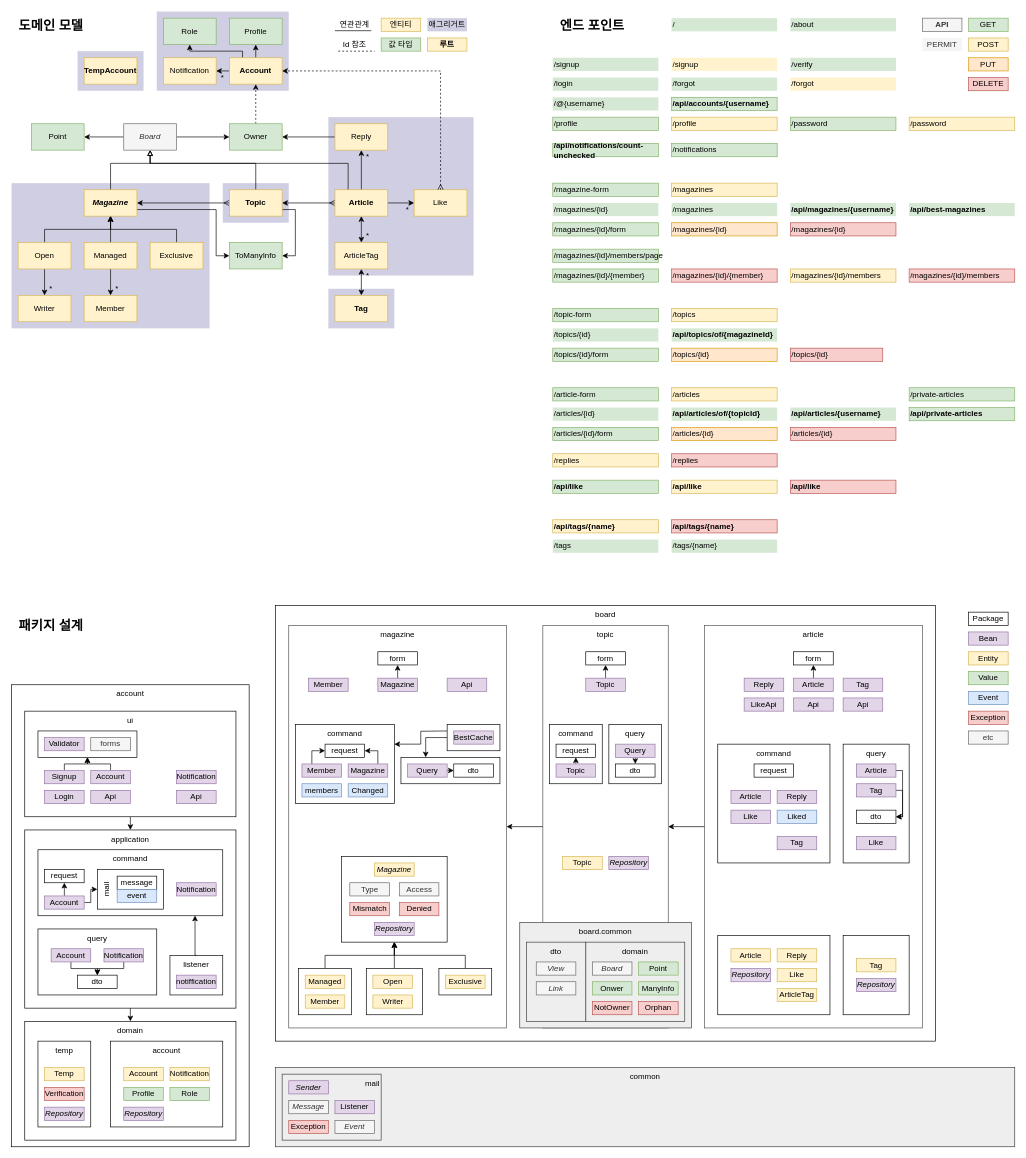
This is diagram.drawio from suloginscene/dinner, a draw.io file, before an edit. Source tidied: cells renumbered, new cells numbered last; positions are measured from the earlier drawing's top-left corner, leaving out a move shared by most shapes. Both pictures are drawn from the tidied source at 66%, with x=0, y=0 at pixel (11, 11).
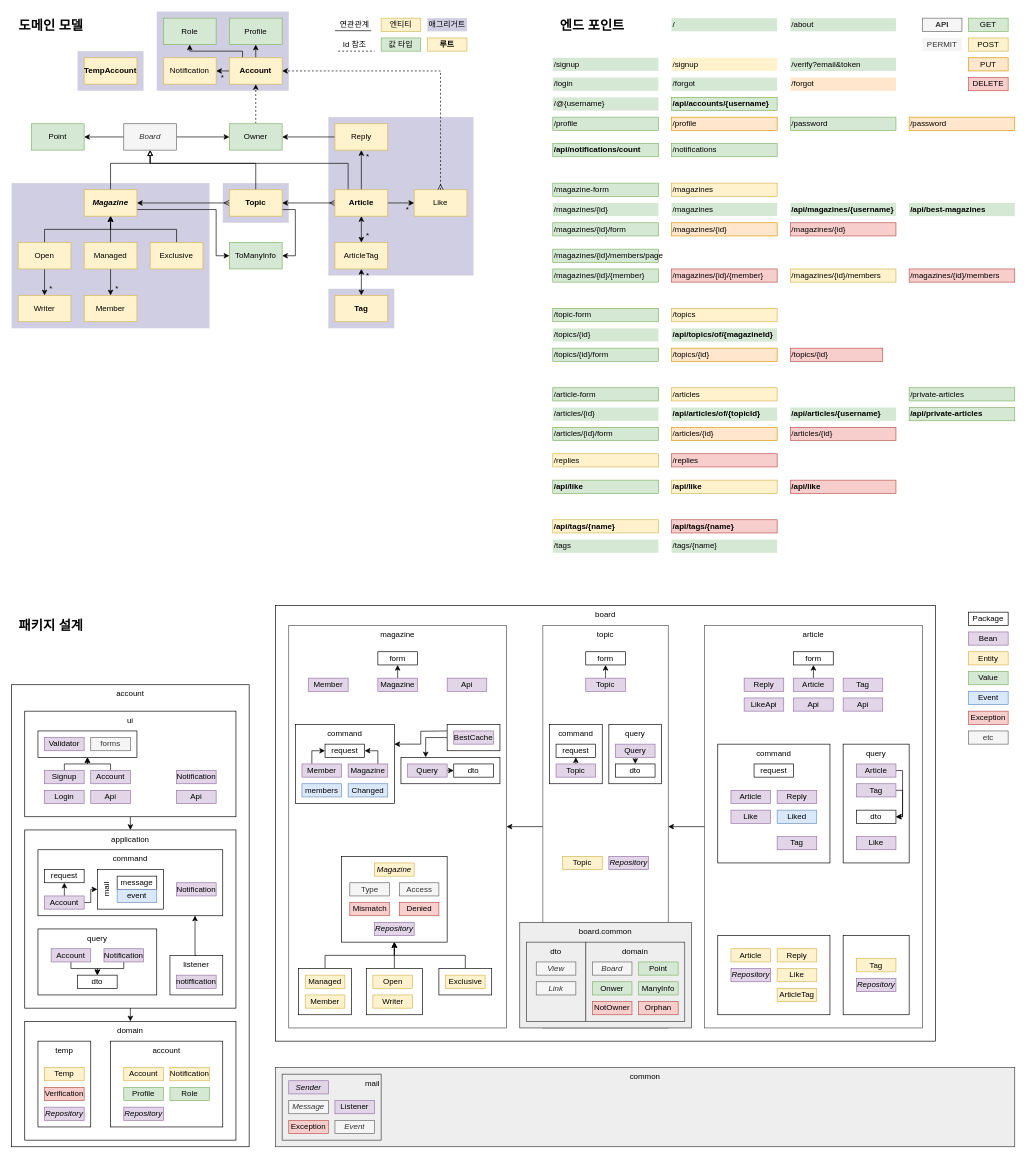
The same page after the edit.

The edit, as a diff of the source:
```diff
@@
-    <mxCell id="258" value="/forgot" style="rounded=0;whiteSpace=wrap;html=1;fillColor=#fff2cc;align=left;spacingLeft=0;strokeColor=none;" parent="1" vertex="1">
+    <mxCell id="258" value="/forgot" style="rounded=0;whiteSpace=wrap;html=1;fillColor=#ffe6cc;align=left;spacingLeft=0;strokeColor=none;" parent="1" vertex="1">
       <mxGeometry x="1180" y="100" width="160" height="20" as="geometry" />
     </mxCell>
@@
-    <mxCell id="274" value="/password" style="rounded=0;whiteSpace=wrap;html=1;fillColor=#fff2cc;strokeColor=#d6b656;align=left;spacingLeft=0;" parent="1" vertex="1">
+    <mxCell id="274" value="/password" style="rounded=0;whiteSpace=wrap;html=1;fillColor=#ffe6cc;strokeColor=#d79b00;align=left;spacingLeft=0;" parent="1" vertex="1">
       <mxGeometry x="1360" y="160" width="160" height="20" as="geometry" />
     </mxCell>
@@
-    <mxCell id="276" value="/profile" style="rounded=0;whiteSpace=wrap;html=1;fillColor=#fff2cc;strokeColor=#d6b656;align=left;spacingLeft=0;" parent="1" vertex="1">
+    <mxCell id="276" value="/profile" style="rounded=0;whiteSpace=wrap;html=1;fillColor=#ffe6cc;strokeColor=#d79b00;align=left;spacingLeft=0;" parent="1" vertex="1">
       <mxGeometry x="1000" y="160" width="160" height="20" as="geometry" />
     </mxCell>
@@
-    <mxCell id="290" value="/verify" style="rounded=0;whiteSpace=wrap;html=1;fillColor=#d5e8d4;align=left;spacingLeft=0;strokeColor=none;" parent="1" vertex="1">
+    <mxCell id="290" value="/verify?email&amp;amp;token" style="rounded=0;whiteSpace=wrap;html=1;fillColor=#d5e8d4;align=left;spacingLeft=0;strokeColor=none;" parent="1" vertex="1">
       <mxGeometry x="1180" y="70" width="160" height="20" as="geometry" />
     </mxCell>
@@
-    <mxCell id="296" value="/api/notifications/count-unchecked" style="rounded=0;whiteSpace=wrap;html=1;fillColor=#d5e8d4;strokeColor=#82b366;align=left;spacingLeft=0;fontStyle=1;" parent="1" vertex="1">
+    <mxCell id="296" value="/api/notifications/count" style="rounded=0;whiteSpace=wrap;html=1;fillColor=#d5e8d4;strokeColor=#82b366;align=left;spacingLeft=0;fontStyle=1;" parent="1" vertex="1">
       <mxGeometry x="820" y="200" width="160" height="20" as="geometry" />
     </mxCell>
```
